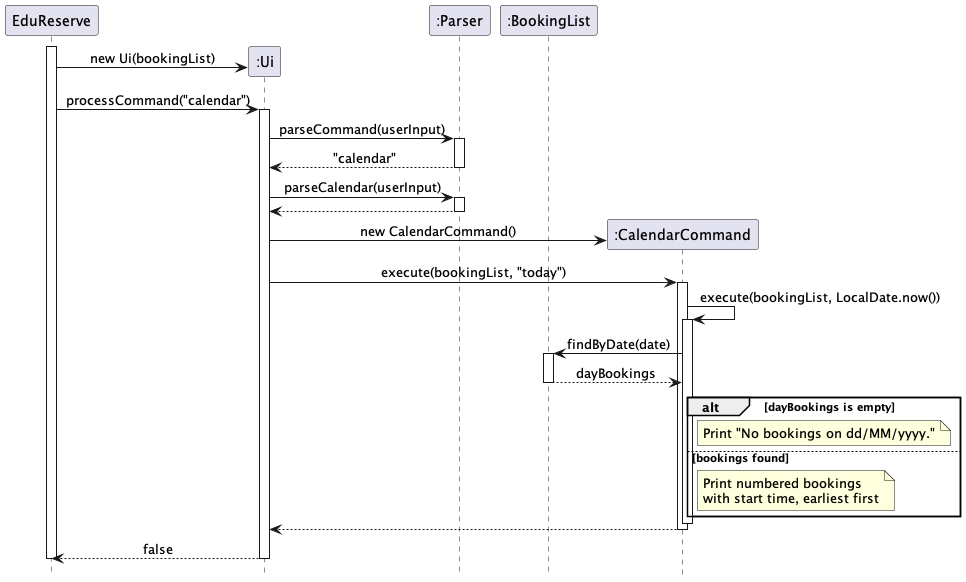
This is docs/UMLDiagrams/CalendarCommandSequenceDiagram.png from AY2627S1-CS2113-W14-2/tp, a PlantUML export, as it was before one commit. Source of this version:
```plantuml
@startuml
skinparam sequenceMessageAlign center
hide footbox

participant "EduReserve" as App

activate App
create participant ":Ui" as UI
App -> UI: new Ui(bookingList)

participant ":Parser" as Parser
participant ":BookingList" as Bookings

App -> UI: processCommand("calendar")
activate UI

UI -> Parser: parseCommand(userInput)
activate Parser
Parser --> UI: "calendar"
deactivate Parser

UI -> Parser: parseCalendar(userInput)
activate Parser
Parser --> UI
deactivate Parser

create participant ":CalendarCommand" as Calendar
UI -> Calendar: new CalendarCommand()

UI -> Calendar: execute(bookingList, "today")
activate Calendar

Calendar -> Calendar: execute(bookingList, LocalDate.now())
activate Calendar

Calendar -> Bookings: findByDate(date)
activate Bookings
Bookings --> Calendar: dayBookings
deactivate Bookings

alt dayBookings is empty
    note right of Calendar
        Print "No bookings on dd/MM/yyyy."
    end note
else bookings found
    note right of Calendar
        Print numbered bookings
        with start time, earliest first
    end note
end

deactivate Calendar

Calendar --> UI
deactivate Calendar

UI --> App: false
deactivate UI
deactivate App
@enduml
```
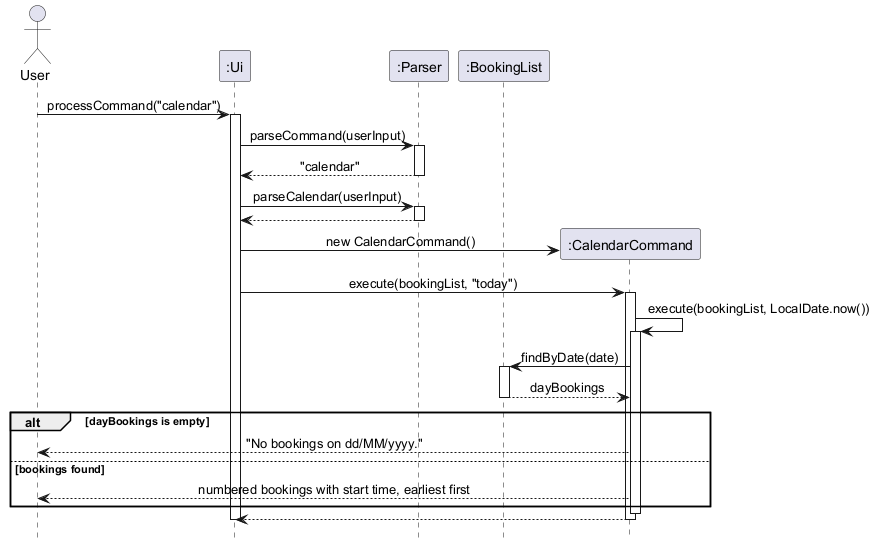
Later version of the same file.

What changed in the source:
```diff
@@ -2,16 +2,14 @@
 skinparam sequenceMessageAlign center
 hide footbox
 
-participant "EduReserve" as App
+actor User
 
-activate App
-create participant ":Ui" as UI
-App -> UI: new Ui(bookingList)
+participant ":Ui" as UI
 
 participant ":Parser" as Parser
 participant ":BookingList" as Bookings
 
-App -> UI: processCommand("calendar")
+User -> UI: processCommand("calendar")
 activate UI
 
 UI -> Parser: parseCommand(userInput)
@@ -39,14 +37,9 @@
 deactivate Bookings
 
 alt dayBookings is empty
-    note right of Calendar
-        Print "No bookings on dd/MM/yyyy."
-    end note
+    Calendar --> User: "No bookings on dd/MM/yyyy."
 else bookings found
-    note right of Calendar
-        Print numbered bookings
-        with start time, earliest first
-    end note
+    Calendar --> User: numbered bookings with start time, earliest first
 end
 
 deactivate Calendar
@@ -54,7 +47,5 @@
 Calendar --> UI
 deactivate Calendar
 
-UI --> App: false
 deactivate UI
-deactivate App
 @enduml
```
